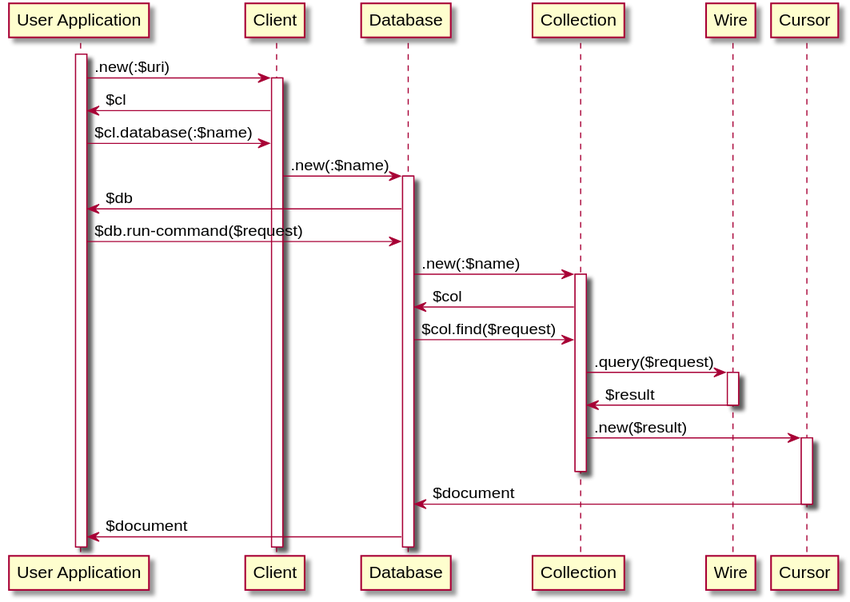
Before: doc/uml/DBIO-interact01.svg, a diagram exported from PlantUML (MARTIMM/raku-mongodb-driver).
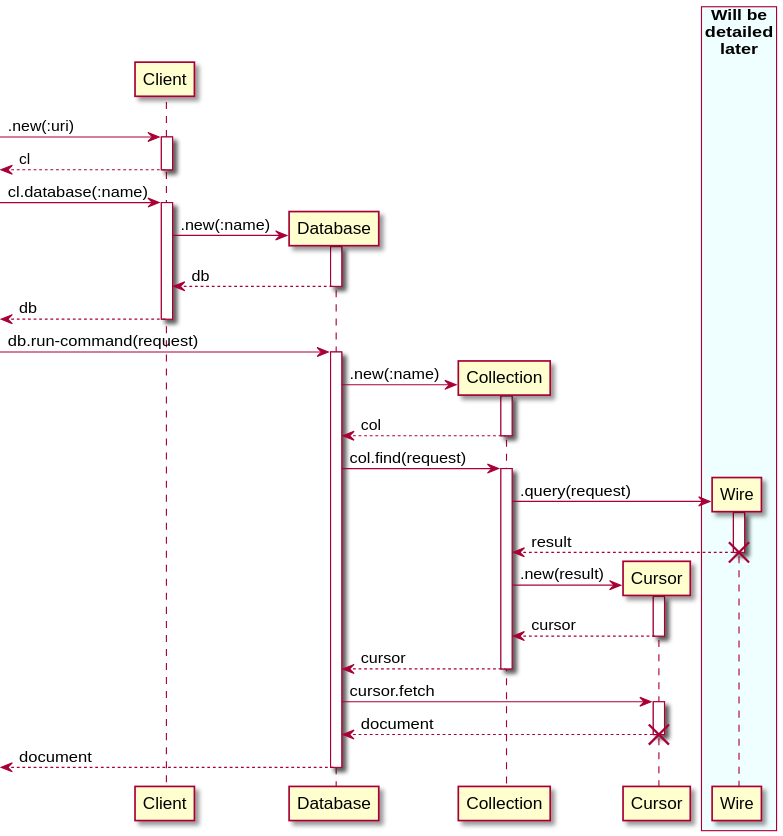
The same file after the commit.

The edit, as a diff of the source:
```diff
@@ -1,45 +1,52 @@
 @startuml
+scale 0.8
 
 skinparam sequence {
   LifeLineBackgroundColor #fff
 }
 
-participant "User Application" as Application
-activate Application
+
 
 participant Client
 participant Database
 participant Collection
-participant Wire
 participant Cursor
+box "Will be\ndetailed\nlater" #efffff
+  participant Wire
+end box
 
-Application -> Client : .new(:$uri)
-activate Client
-Client -> Application : $cl
-Application -> Client : $cl.database(:$name)
-Client -> Database : .new(:$name)
-activate Database
-Database -> Application : $db
-Application -> Database : $db.run-command($request)
-
-Database -> Collection: .new(:$name)
-activate Collection
-Collection -> Database: $col
-Database -> Collection: $col.find($request)
-
-Collection -> Wire: .query($request)
-activate Wire
-Wire -> Collection: $result
-deactivate Wire
-
-Collection -> Cursor: .new($result)
-activate Cursor
-deactivate Collection
-
-Cursor -> Database: $document
-deactivate Cursor
-
-Database -> Application: $document
+-> Client ++: .new(:uri)
+create Client
+return cl
 
 
+-> Client ++: cl.database(:name)
+create Database
+Client -> Database ++: .new(:name)
+return db
+return db
+
+-> Database ++: db.run-command(request)
+create Collection
+Database -> Collection ++: .new(:name)
+return col
+Database -> Collection ++: col.find(request)
+
+create Wire
+Collection -> Wire ++: .query(request)
+return result
+destroy Wire
+
+create Cursor
+Collection -> Cursor ++: .new(result)
+return cursor
+
+return cursor
+
+Database -> Cursor ++: cursor.fetch
+return document
+
+destroy Cursor
+return document
+
 @enduml
```
